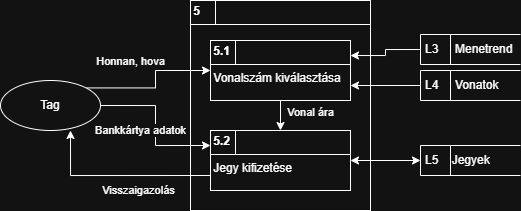
Before: dokumentacio/logikai_fiziaki_adatfolyam/logikai_adatfolyam_jegyv.png, a diagram exported from draw.io (RevMarci/vasutmenetrend). Source tidied: cells renumbered, new cells last; positions are measured from the earlier drawing's top-left corner, leaving out a move shared by most shapes. Its diagram source:
```xml
<mxGraphModel>
  <root>
    <mxCell id="0" />
    <mxCell id="1" parent="0" />
    <mxCell id="2" value="&lt;p style=&quot;margin: 4px 0px 0px;&quot;&gt;&lt;b&gt;&amp;nbsp;5&lt;/b&gt;&lt;/p&gt;&lt;hr size=&quot;1&quot; style=&quot;border-style:solid;&quot;&gt;&amp;nbsp;&lt;br&gt;&lt;div style=&quot;height:2px;&quot;&gt;&lt;/div&gt;" style="verticalAlign=top;align=left;overflow=fill;html=1;whiteSpace=wrap;" parent="1" vertex="1">
      <mxGeometry x="190" width="180" height="210" as="geometry" />
    </mxCell>
    <mxCell id="3" style="line;strokeWidth=1;direction=south;html=1;perimeter=backbonePerimeter;" parent="1" vertex="1">
      <mxGeometry x="210" width="10" height="24" as="geometry" />
    </mxCell>
    <mxCell id="4" style="edgeStyle=orthogonalEdgeStyle;rounded=0;jettySize=auto;html=1;exitX=0.5;exitY=1;exitDx=0;exitDy=0;entryX=0.5;entryY=0;entryDx=0;entryDy=0;" parent="1" edge="1" source="6" target="8">
      <mxGeometry relative="1" as="geometry" />
    </mxCell>
    <mxCell id="5" value="Vonal ára" style="edgeLabel;html=1;align=center;verticalAlign=middle;" parent="4" vertex="1">
      <mxGeometry x="-0.2" relative="1" as="geometry">
        <mxPoint x="30" as="offset" />
      </mxGeometry>
    </mxCell>
    <mxCell id="6" value="&lt;p style=&quot;margin: 4px 0px 0px;&quot;&gt;&lt;b&gt;&amp;nbsp;5.1&lt;/b&gt;&lt;/p&gt;&lt;hr size=&quot;1&quot; style=&quot;border-style:solid;&quot;&gt;&lt;div style=&quot;height:2px;&quot;&gt;&amp;nbsp;Vonalszám kiválasztása&lt;/div&gt;" style="verticalAlign=top;align=left;overflow=fill;html=1;whiteSpace=wrap;" parent="1" vertex="1">
      <mxGeometry x="210" y="40" width="140" height="60" as="geometry" />
    </mxCell>
    <mxCell id="7" style="line;strokeWidth=1;direction=south;html=1;perimeter=backbonePerimeter;" parent="1" vertex="1">
      <mxGeometry x="230" y="40" width="10" height="24" as="geometry" />
    </mxCell>
    <mxCell id="8" value="&lt;p style=&quot;margin: 4px 0px 0px;&quot;&gt;&lt;b&gt;&amp;nbsp;5.2&lt;/b&gt;&lt;/p&gt;&lt;hr size=&quot;1&quot; style=&quot;border-style:solid;&quot;&gt;&lt;div style=&quot;height:2px;&quot;&gt;&amp;nbsp;Jegy kifizetése&lt;/div&gt;" style="verticalAlign=top;align=left;overflow=fill;html=1;whiteSpace=wrap;" parent="1" vertex="1">
      <mxGeometry x="210" y="130" width="140" height="60" as="geometry" />
    </mxCell>
    <mxCell id="9" style="line;strokeWidth=1;direction=south;html=1;perimeter=backbonePerimeter;" parent="1" vertex="1">
      <mxGeometry x="230" y="130" width="10" height="24" as="geometry" />
    </mxCell>
    <mxCell id="10" style="edgeStyle=orthogonalEdgeStyle;rounded=0;jettySize=auto;html=1;exitX=0;exitY=0.5;exitDx=0;exitDy=0;entryX=1;entryY=0.25;entryDx=0;entryDy=0;" parent="1" edge="1" source="11" target="6">
      <mxGeometry relative="1" as="geometry" />
    </mxCell>
    <mxCell id="11" value="L3&amp;nbsp; &amp;nbsp; &amp;nbsp;Menetrend" style="html=1;dashed=0;whiteSpace=wrap;shape=mxgraph.dfd.dataStoreID;align=left;spacingLeft=3;points=[[0,0],[0.5,0],[1,0],[0,0.5],[1,0.5],[0,1],[0.5,1],[1,1]];" parent="1" vertex="1">
      <mxGeometry x="420" y="34" width="100" height="30" as="geometry" />
    </mxCell>
    <mxCell id="12" style="edgeStyle=orthogonalEdgeStyle;rounded=0;jettySize=auto;html=1;exitX=0;exitY=0.5;exitDx=0;exitDy=0;entryX=1;entryY=0.75;entryDx=0;entryDy=0;" parent="1" edge="1" source="13" target="6">
      <mxGeometry relative="1" as="geometry" />
    </mxCell>
    <mxCell id="13" value="L4&amp;nbsp; &amp;nbsp; &amp;nbsp;Vonatok" style="html=1;dashed=0;whiteSpace=wrap;shape=mxgraph.dfd.dataStoreID;align=left;spacingLeft=3;points=[[0,0],[0.5,0],[1,0],[0,0.5],[1,0.5],[0,1],[0.5,1],[1,1]];" parent="1" vertex="1">
      <mxGeometry x="420" y="70" width="100" height="30" as="geometry" />
    </mxCell>
    <mxCell id="14" style="edgeStyle=orthogonalEdgeStyle;rounded=0;jettySize=auto;html=1;exitX=0;exitY=0.5;exitDx=0;exitDy=0;entryX=1;entryY=0.5;entryDx=0;entryDy=0;startArrow=classic;startFill=1;" parent="1" edge="1" source="15" target="8">
      <mxGeometry relative="1" as="geometry" />
    </mxCell>
    <mxCell id="15" value="L5&amp;nbsp; &amp;nbsp; Jegyek" style="html=1;dashed=0;whiteSpace=wrap;shape=mxgraph.dfd.dataStoreID;align=left;spacingLeft=3;points=[[0,0],[0.5,0],[1,0],[0,0.5],[1,0.5],[0,1],[0.5,1],[1,1]];" parent="1" vertex="1">
      <mxGeometry x="420" y="145" width="100" height="30" as="geometry" />
    </mxCell>
    <mxCell id="16" style="edgeStyle=orthogonalEdgeStyle;rounded=0;jettySize=auto;html=1;exitX=1;exitY=0;exitDx=0;exitDy=0;" parent="1" edge="1" source="20" target="6">
      <mxGeometry relative="1" as="geometry" />
    </mxCell>
    <mxCell id="17" value="Honnan, hova" style="edgeLabel;html=1;align=center;verticalAlign=middle;" parent="16" vertex="1">
      <mxGeometry x="0.08" y="2" relative="1" as="geometry">
        <mxPoint x="-23" y="-20" as="offset" />
      </mxGeometry>
    </mxCell>
    <mxCell id="18" style="edgeStyle=orthogonalEdgeStyle;rounded=0;jettySize=auto;html=1;exitX=1;exitY=0.5;exitDx=0;exitDy=0;entryX=0;entryY=0.25;entryDx=0;entryDy=0;" parent="1" edge="1" source="20" target="8">
      <mxGeometry relative="1" as="geometry" />
    </mxCell>
    <mxCell id="19" value="Bankkártya adatok" style="edgeLabel;html=1;align=center;verticalAlign=middle;" parent="18" vertex="1">
      <mxGeometry x="-0.02" y="1" relative="1" as="geometry">
        <mxPoint x="-16" y="6" as="offset" />
      </mxGeometry>
    </mxCell>
    <mxCell id="20" value="Tag" style="shape=ellipse;html=1;dashed=0;whiteSpace=wrap;perimeter=ellipsePerimeter;" parent="1" vertex="1">
      <mxGeometry y="80" width="100" height="50" as="geometry" />
    </mxCell>
    <mxCell id="21" style="edgeStyle=orthogonalEdgeStyle;rounded=0;jettySize=auto;html=1;exitX=0;exitY=0.75;exitDx=0;exitDy=0;entryX=0.7;entryY=1;entryDx=0;entryDy=0;entryPerimeter=0;" parent="1" edge="1" source="8" target="20">
      <mxGeometry relative="1" as="geometry" />
    </mxCell>
    <mxCell id="22" value="Visszaigazolás" style="edgeLabel;html=1;align=center;verticalAlign=middle;" parent="21" vertex="1">
      <mxGeometry x="-0.22" y="1" relative="1" as="geometry">
        <mxPoint y="14" as="offset" />
      </mxGeometry>
    </mxCell>
  </root>
</mxGraphModel>
```
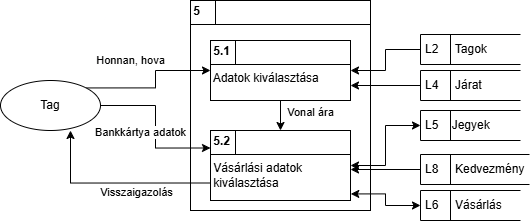
After the change.

Diff of the diagram source:
```diff
@@ -16,35 +16,29 @@
         <mxPoint x="30" as="offset" />
       </mxGeometry>
     </mxCell>
-    <mxCell id="6" value="&lt;p style=&quot;margin: 4px 0px 0px;&quot;&gt;&lt;b&gt;&amp;nbsp;5.1&lt;/b&gt;&lt;/p&gt;&lt;hr size=&quot;1&quot; style=&quot;border-style:solid;&quot;&gt;&lt;div style=&quot;height:2px;&quot;&gt;&amp;nbsp;Vonalszám kiválasztása&lt;/div&gt;" style="verticalAlign=top;align=left;overflow=fill;html=1;whiteSpace=wrap;" parent="1" vertex="1">
+    <mxCell id="6" value="&lt;p style=&quot;margin: 4px 0px 0px;&quot;&gt;&lt;b&gt;&amp;nbsp;5.1&lt;/b&gt;&lt;/p&gt;&lt;hr size=&quot;1&quot; style=&quot;border-style:solid;&quot;&gt;&lt;div style=&quot;height:2px;&quot;&gt;&amp;nbsp;Adatok kiválasztása&lt;/div&gt;" style="verticalAlign=top;align=left;overflow=fill;html=1;whiteSpace=wrap;" parent="1" vertex="1">
       <mxGeometry x="210" y="40" width="140" height="60" as="geometry" />
     </mxCell>
     <mxCell id="7" style="line;strokeWidth=1;direction=south;html=1;perimeter=backbonePerimeter;" parent="1" vertex="1">
       <mxGeometry x="230" y="40" width="10" height="24" as="geometry" />
     </mxCell>
-    <mxCell id="8" value="&lt;p style=&quot;margin: 4px 0px 0px;&quot;&gt;&lt;b&gt;&amp;nbsp;5.2&lt;/b&gt;&lt;/p&gt;&lt;hr size=&quot;1&quot; style=&quot;border-style:solid;&quot;&gt;&lt;div style=&quot;height:2px;&quot;&gt;&amp;nbsp;Jegy kifizetése&lt;/div&gt;" style="verticalAlign=top;align=left;overflow=fill;html=1;whiteSpace=wrap;" parent="1" vertex="1">
-      <mxGeometry x="210" y="130" width="140" height="60" as="geometry" />
+    <mxCell id="8" value="&lt;p style=&quot;margin: 4px 0px 0px;&quot;&gt;&lt;b&gt;&amp;nbsp;5.2&lt;/b&gt;&lt;/p&gt;&lt;hr size=&quot;1&quot; style=&quot;border-style:solid;&quot;&gt;&lt;div style=&quot;height:2px;&quot;&gt;&amp;nbsp;Vásárlási adatok&amp;nbsp; &amp;nbsp;kiválasztása&lt;/div&gt;" style="verticalAlign=top;align=left;overflow=fill;html=1;whiteSpace=wrap;" parent="1" vertex="1">
+      <mxGeometry x="210" y="130" width="140" height="70" as="geometry" />
     </mxCell>
     <mxCell id="9" style="line;strokeWidth=1;direction=south;html=1;perimeter=backbonePerimeter;" parent="1" vertex="1">
       <mxGeometry x="230" y="130" width="10" height="24" as="geometry" />
     </mxCell>
-    <mxCell id="10" style="edgeStyle=orthogonalEdgeStyle;rounded=0;jettySize=auto;html=1;exitX=0;exitY=0.5;exitDx=0;exitDy=0;entryX=1;entryY=0.25;entryDx=0;entryDy=0;" parent="1" edge="1" source="11" target="6">
-      <mxGeometry relative="1" as="geometry" />
-    </mxCell>
-    <mxCell id="11" value="L3&amp;nbsp; &amp;nbsp; &amp;nbsp;Menetrend" style="html=1;dashed=0;whiteSpace=wrap;shape=mxgraph.dfd.dataStoreID;align=left;spacingLeft=3;points=[[0,0],[0.5,0],[1,0],[0,0.5],[1,0.5],[0,1],[0.5,1],[1,1]];" parent="1" vertex="1">
-      <mxGeometry x="420" y="34" width="100" height="30" as="geometry" />
-    </mxCell>
     <mxCell id="12" style="edgeStyle=orthogonalEdgeStyle;rounded=0;jettySize=auto;html=1;exitX=0;exitY=0.5;exitDx=0;exitDy=0;entryX=1;entryY=0.75;entryDx=0;entryDy=0;" parent="1" edge="1" source="13" target="6">
       <mxGeometry relative="1" as="geometry" />
     </mxCell>
-    <mxCell id="13" value="L4&amp;nbsp; &amp;nbsp; &amp;nbsp;Vonatok" style="html=1;dashed=0;whiteSpace=wrap;shape=mxgraph.dfd.dataStoreID;align=left;spacingLeft=3;points=[[0,0],[0.5,0],[1,0],[0,0.5],[1,0.5],[0,1],[0.5,1],[1,1]];" parent="1" vertex="1">
+    <mxCell id="13" value="L4&amp;nbsp; &amp;nbsp; &amp;nbsp;Járat" style="html=1;dashed=0;whiteSpace=wrap;shape=mxgraph.dfd.dataStoreID;align=left;spacingLeft=3;points=[[0,0],[0.5,0],[1,0],[0,0.5],[1,0.5],[0,1],[0.5,1],[1,1]];" parent="1" vertex="1">
       <mxGeometry x="420" y="70" width="100" height="30" as="geometry" />
     </mxCell>
     <mxCell id="14" style="edgeStyle=orthogonalEdgeStyle;rounded=0;jettySize=auto;html=1;exitX=0;exitY=0.5;exitDx=0;exitDy=0;entryX=1;entryY=0.5;entryDx=0;entryDy=0;startArrow=classic;startFill=1;" parent="1" edge="1" source="15" target="8">
       <mxGeometry relative="1" as="geometry" />
     </mxCell>
     <mxCell id="15" value="L5&amp;nbsp; &amp;nbsp; Jegyek" style="html=1;dashed=0;whiteSpace=wrap;shape=mxgraph.dfd.dataStoreID;align=left;spacingLeft=3;points=[[0,0],[0.5,0],[1,0],[0,0.5],[1,0.5],[0,1],[0.5,1],[1,1]];" parent="1" vertex="1">
-      <mxGeometry x="420" y="145" width="100" height="30" as="geometry" />
+      <mxGeometry x="420" y="110" width="100" height="30" as="geometry" />
     </mxCell>
     <mxCell id="16" style="edgeStyle=orthogonalEdgeStyle;rounded=0;jettySize=auto;html=1;exitX=1;exitY=0;exitDx=0;exitDy=0;" parent="1" edge="1" source="20" target="6">
       <mxGeometry relative="1" as="geometry" />
@@ -70,8 +64,31 @@
     </mxCell>
     <mxCell id="22" value="Visszaigazolás" style="edgeLabel;html=1;align=center;verticalAlign=middle;" parent="21" vertex="1">
       <mxGeometry x="-0.22" y="1" relative="1" as="geometry">
-        <mxPoint y="14" as="offset" />
+        <mxPoint y="8" as="offset" />
       </mxGeometry>
     </mxCell>
+    <mxCell id="23" style="edgeStyle=orthogonalEdgeStyle;rounded=0;jettySize=auto;html=1;" parent="1" edge="1" source="24" target="8">
+      <mxGeometry relative="1" as="geometry">
+        <Array as="points">
+          <mxPoint x="370" y="169" />
+          <mxPoint x="370" y="169" />
+        </Array>
+      </mxGeometry>
+    </mxCell>
+    <mxCell id="24" value="L8&amp;nbsp; &amp;nbsp; &amp;nbsp;Kedvezmény" style="html=1;dashed=0;whiteSpace=wrap;shape=mxgraph.dfd.dataStoreID;align=left;spacingLeft=3;points=[[0,0],[0.5,0],[1,0],[0,0.5],[1,0.5],[0,1],[0.5,1],[1,1]];" parent="1" vertex="1">
+      <mxGeometry x="420" y="154" width="109" height="30" as="geometry" />
+    </mxCell>
+    <mxCell id="25" style="edgeStyle=orthogonalEdgeStyle;rounded=0;jettySize=auto;html=1;entryX=1.002;entryY=0.906;entryDx=0;entryDy=0;entryPerimeter=0;startArrow=classic;startFill=1;" parent="1" edge="1" source="26" target="8">
+      <mxGeometry relative="1" as="geometry" />
+    </mxCell>
+    <mxCell id="26" value="L6&amp;nbsp; &amp;nbsp; &amp;nbsp;Vásárlás" style="html=1;dashed=0;whiteSpace=wrap;shape=mxgraph.dfd.dataStoreID;align=left;spacingLeft=3;points=[[0,0],[0.5,0],[1,0],[0,0.5],[1,0.5],[0,1],[0.5,1],[1,1]];" parent="1" vertex="1">
+      <mxGeometry x="420" y="190" width="100" height="30" as="geometry" />
+    </mxCell>
+    <mxCell id="27" style="edgeStyle=orthogonalEdgeStyle;rounded=0;jettySize=auto;html=1;" parent="1" edge="1" source="28" target="6">
+      <mxGeometry relative="1" as="geometry" />
+    </mxCell>
+    <mxCell id="28" value="L2&amp;nbsp; &amp;nbsp; &amp;nbsp;Tagok" style="html=1;dashed=0;whiteSpace=wrap;shape=mxgraph.dfd.dataStoreID;align=left;spacingLeft=3;points=[[0,0],[0.5,0],[1,0],[0,0.5],[1,0.5],[0,1],[0.5,1],[1,1]];" parent="1" vertex="1">
+      <mxGeometry x="420" y="34" width="100" height="30" as="geometry" />
+    </mxCell>
   </root>
 </mxGraphModel>
```
